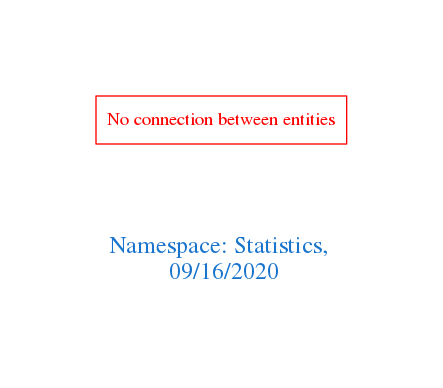
Above: downloads/Statistics.png in arago/OGIT (Graphviz), before the change. Its source is kept beside it as downloads/Statistics.dot.
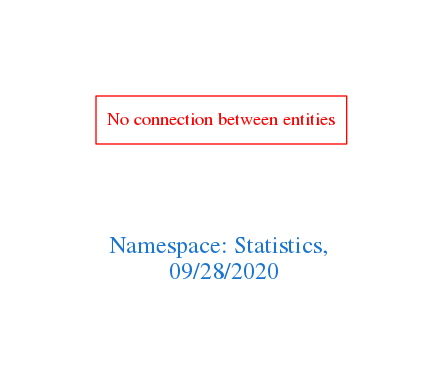
The same file after the commit.

Diff of the diagram source:
```diff
@@ -1,7 +1,7 @@
 digraph OGIT_ontology {
  graph [ rankdir= LR,pad=1
 fontsize = 18,
-fontcolor= dodgerblue3,label = "\n\n\nNamespace: Statistics, \n 09/16/2020"];
+fontcolor= dodgerblue3,label = "\n\n\nNamespace: Statistics, \n 09/28/2020"];
 node[shape=polygon];
 edge [  color="gray81"];
 
```
